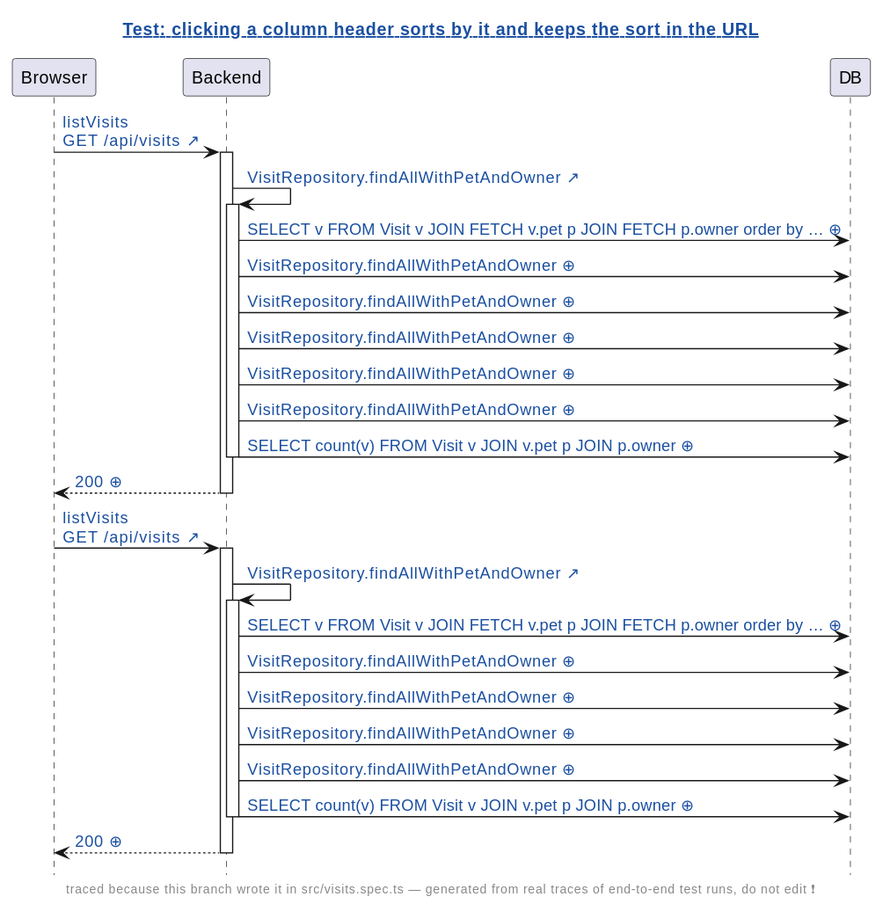
victorrentea/human-review keeps this PlantUML diagram as demo/demo2/assets/diagrams/petclinic-test_generated_visits.spec.ts.clicking-a-column-header-sorts-by-it-and-keeps-the-sort-in-the-url.genseq.diff.svg. Above is the earlier version.
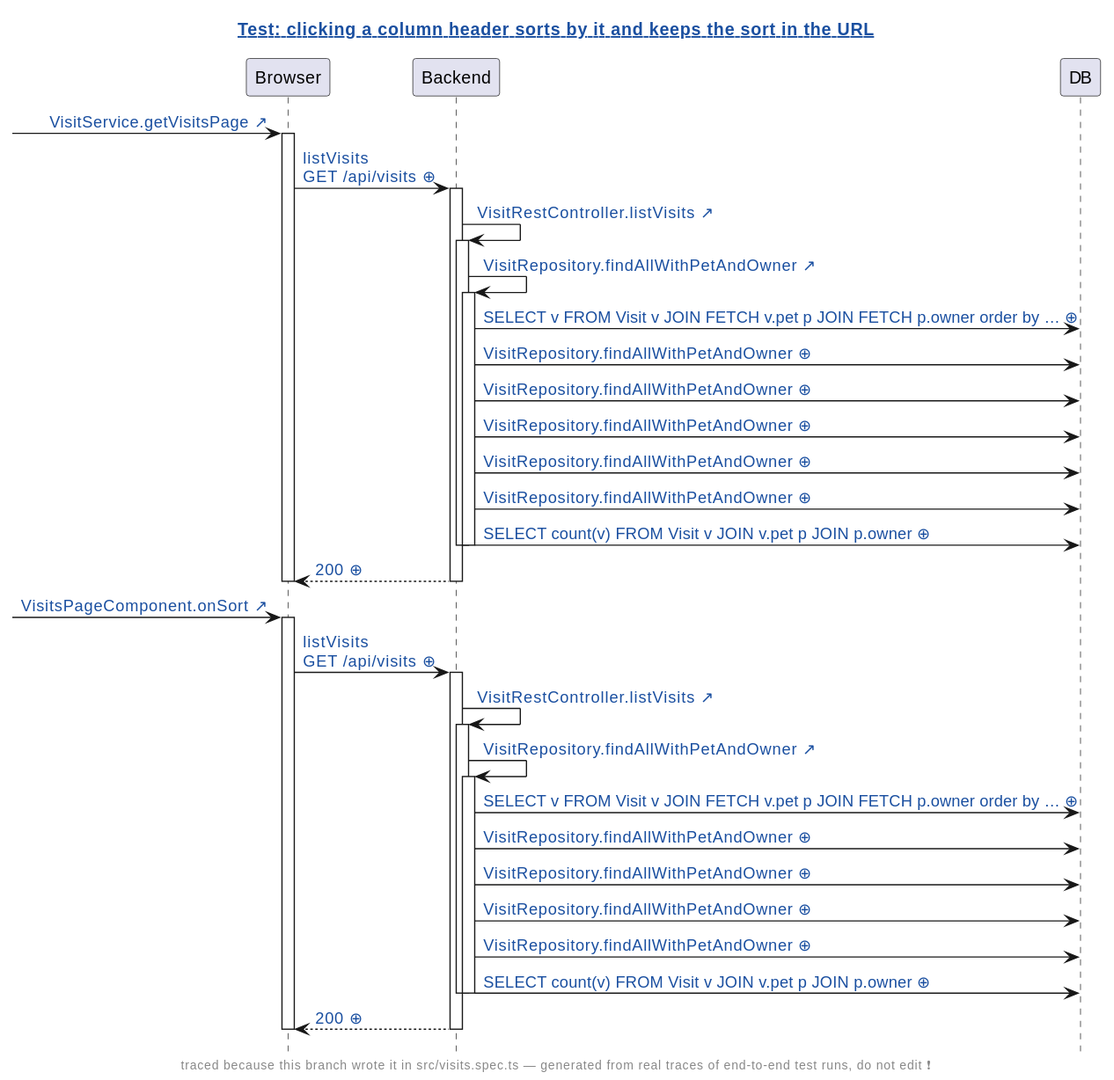
The same diagram one commit later.

Diff of the diagram source:
```diff
@@ -9,7 +9,11 @@
 participant Browser
 participant Backend
 participant DB
-Browser -> Backend: [[src://petclinic-frontend/src/app/visits/visits-page/visits-page.component.ts:50{Click to open the line that sent this request: visits-page.component.ts:50} listVisits\nGET /api/visits ↗]]
+[-> Browser: [[src://petclinic-frontend/src/app/visits/visits-page/visits-page.component.ts:50{Click to open the line that sent this request: visits-page.component.ts:50} VisitService.getVisitsPage ↗]]
+activate Browser
+Browser -> Backend: [[genseq://09jss6p{Click for the request as it was sent} listVisits\nGET /api/visits ⊕]]
+activate Backend
+Backend -> Backend: [[src://petclinic-backend/src/main/java/victor/training/petclinic/rest/VisitRestController.java:54{Click to open VisitRestController.listVisits} VisitRestController.listVisits ↗]]
 activate Backend
 Backend -> Backend: [[src://petclinic-backend/src/main/java/victor/training/petclinic/repository/VisitRepository.java:22{Click to open VisitRepository.findAllWithPetAndOwner} VisitRepository.findAllWithPetAndOwner ↗]]
 activate Backend
@@ -21,9 +25,15 @@
 Backend -> DB: [[genseq://0cvbten{Click for the statement behind this call} VisitRepository.findAllWithPetAndOwner ⊕]]
 Backend -> DB: [[genseq://0gohwr7{Click for the statement behind this call} SELECT count(v) FROM Visit v JOIN v.pet p JOIN p.owner ⊕]]
 deactivate Backend
+deactivate Backend
 Backend --> Browser: [[genseq://1gl89nl{Click for this call’s JSON body} 200 ⊕]]
 deactivate Backend
-Browser -> Backend: [[src://petclinic-frontend/src/app/visits/visits-page/visits-page.component.ts:63{Click to open the line that sent this request: visits-page.component.ts:86 ← visits-page.component.ts:63 ← visits-page.component.html:15} listVisits\nGET /api/visits ↗]]
+deactivate Browser
+[-> Browser: [[src://petclinic-frontend/src/app/visits/visits-page/visits-page.component.ts:63{Click to open the line that sent this request: visits-page.component.ts:86 ← visits-page.component.ts:63 ← visits-page.component.html:15} VisitsPageComponent.onSort ↗]]
+activate Browser
+Browser -> Backend: [[genseq://0nd1dkn{Click for the request as it was sent} listVisits\nGET /api/visits ⊕]]
+activate Backend
+Backend -> Backend: [[src://petclinic-backend/src/main/java/victor/training/petclinic/rest/VisitRestController.java:54{Click to open VisitRestController.listVisits} VisitRestController.listVisits ↗]]
 activate Backend
 Backend -> Backend: [[src://petclinic-backend/src/main/java/victor/training/petclinic/repository/VisitRepository.java:22{Click to open VisitRepository.findAllWithPetAndOwner} VisitRepository.findAllWithPetAndOwner ↗]]
 activate Backend
@@ -34,6 +44,8 @@
 Backend -> DB: [[genseq://0xm9qzg{Click for the statement behind this call} VisitRepository.findAllWithPetAndOwner ⊕]]
 Backend -> DB: [[genseq://0gohwr7{Click for the statement behind this call} SELECT count(v) FROM Visit v JOIN v.pet p JOIN p.owner ⊕]]
 deactivate Backend
+deactivate Backend
 Backend --> Browser: [[genseq://0i7raod{Click for this call’s JSON body} 200 ⊕]]
 deactivate Backend
+deactivate Browser
 @enduml
```
